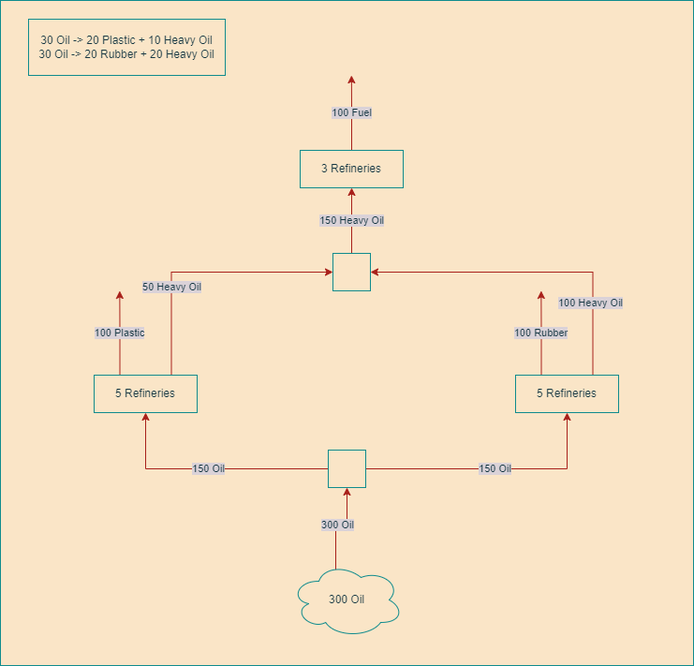
nlarsen31/Factories keeps this draw.io diagram as Refinery.drawio.png. Above is the earlier version. Source tidied: cells renumbered, new cells last; positions are measured from the earlier drawing's top-left corner, leaving out a move shared by most shapes.
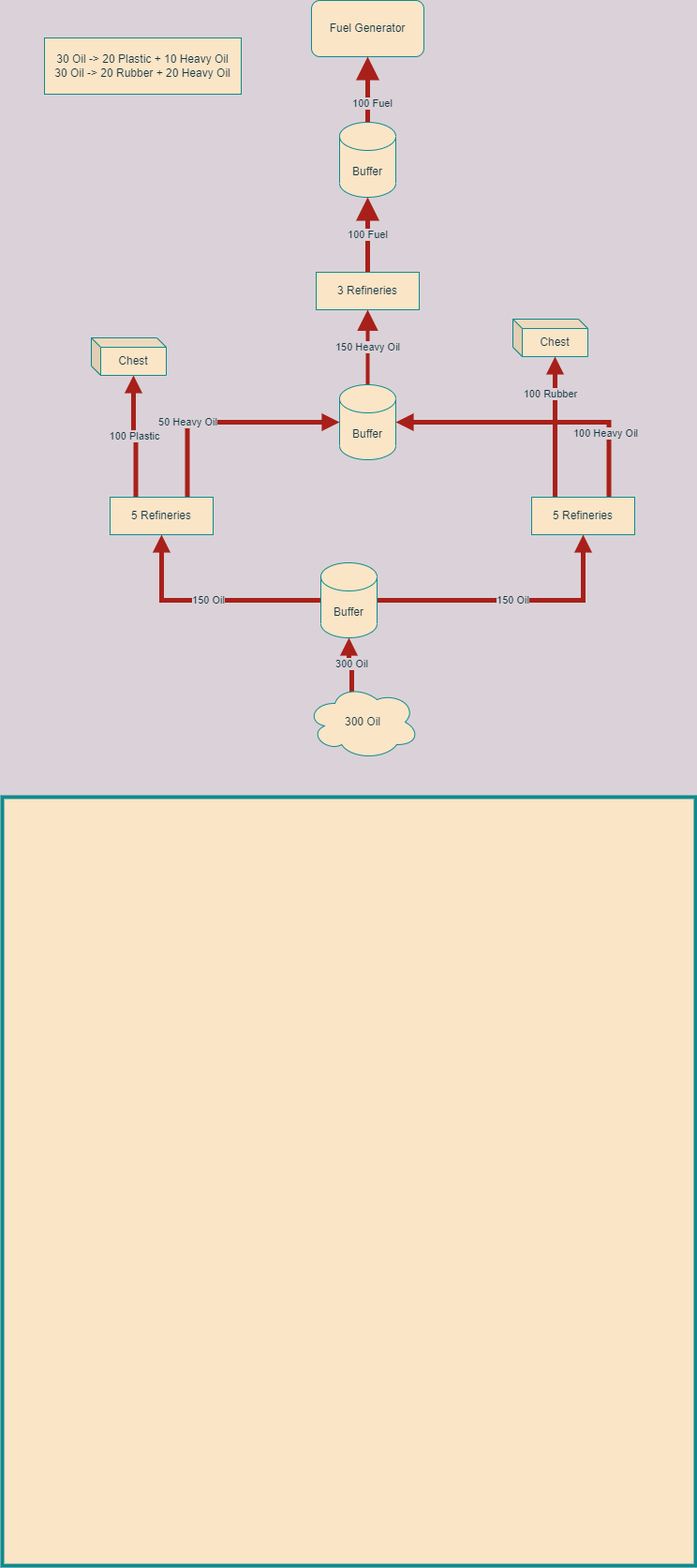
After the change.

The edit, as a diff of the source:
```diff
@@ -2,62 +2,75 @@
   <root>
     <mxCell id="0" />
     <mxCell id="1" parent="0" />
-    <mxCell id="2" style="rounded=0;whiteSpace=wrap;html=1;fontColor=#143642;strokeColor=#0F8B8D;fillColor=#FAE5C7;" parent="1" vertex="1">
-      <mxGeometry width="740" height="710" as="geometry" />
+    <mxCell id="2" style="rounded=0;whiteSpace=wrap;html=1;fontColor=#143642;strokeColor=#0F8B8D;fillColor=#FAE5C7;strokeWidth=4;" parent="1" vertex="1">
+      <mxGeometry x="-15" y="720" width="740" height="820" as="geometry" />
     </mxCell>
-    <mxCell id="3" value="300 Oil" style="edgeStyle=orthogonalEdgeStyle;rounded=0;jettySize=auto;html=1;exitX=0.4;exitY=0.1;exitDx=0;exitDy=0;exitPerimeter=0;entryX=0.5;entryY=1;entryDx=0;entryDy=0;fontColor=#143642;strokeColor=#A8201A;fillColor=#FAE5C7;labelBackgroundColor=#DAD2D8;" parent="1" edge="1" source="4" target="8">
+    <mxCell id="3" value="300 Oil" style="edgeStyle=orthogonalEdgeStyle;rounded=0;jettySize=auto;html=1;exitX=0.4;exitY=0.1;exitDx=0;exitDy=0;exitPerimeter=0;entryX=0.5;entryY=1;entryDx=0;entryDy=0;fontColor=#143642;strokeColor=#A8201A;fillColor=#FAE5C7;labelBackgroundColor=#DAD2D8;entryPerimeter=0;strokeWidth=5;endArrow=block;endFill=1;" parent="1" edge="1" source="4" target="20">
       <mxGeometry relative="1" as="geometry" />
     </mxCell>
     <mxCell id="4" value="300 Oil" style="ellipse;shape=cloud;whiteSpace=wrap;html=1;fontColor=#143642;strokeColor=#0F8B8D;fillColor=#FAE5C7;" parent="1" vertex="1">
       <mxGeometry x="310" y="600" width="120" height="80" as="geometry" />
     </mxCell>
     <mxCell id="5" value="30 Oil -&amp;gt; 20 Plastic + 10 Heavy Oil&lt;br&gt;30 Oil -&amp;gt; 20 Rubber + 20 Heavy Oil" style="rounded=0;whiteSpace=wrap;html=1;fontColor=#143642;strokeColor=#0F8B8D;fillColor=#FAE5C7;" parent="1" vertex="1">
-      <mxGeometry x="30" y="20" width="210" height="60" as="geometry" />
+      <mxGeometry x="30" y="-90" width="210" height="60" as="geometry" />
     </mxCell>
-    <mxCell id="6" value="150 Oil" style="edgeStyle=orthogonalEdgeStyle;rounded=0;jettySize=auto;html=1;exitX=0;exitY=0.5;exitDx=0;exitDy=0;fontColor=#143642;strokeColor=#A8201A;fillColor=#FAE5C7;labelBackgroundColor=#DAD2D8;" parent="1" edge="1" source="8" target="11">
+    <mxCell id="6" value="150 Oil" style="edgeStyle=orthogonalEdgeStyle;rounded=0;jettySize=auto;html=1;exitX=0;exitY=0.5;exitDx=0;exitDy=0;fontColor=#143642;strokeColor=#A8201A;fillColor=#FAE5C7;labelBackgroundColor=#DAD2D8;exitPerimeter=0;strokeWidth=5;endArrow=block;endFill=1;" parent="1" edge="1" source="20" target="11">
       <mxGeometry relative="1" as="geometry" />
     </mxCell>
-    <mxCell id="7" value="150 Oil" style="edgeStyle=orthogonalEdgeStyle;rounded=0;jettySize=auto;html=1;exitX=1;exitY=0.5;exitDx=0;exitDy=0;entryX=0.5;entryY=1;entryDx=0;entryDy=0;fontColor=#143642;strokeColor=#A8201A;fillColor=#FAE5C7;labelBackgroundColor=#DAD2D8;" parent="1" edge="1" source="8" target="14">
+    <mxCell id="7" value="150 Oil" style="edgeStyle=orthogonalEdgeStyle;rounded=0;jettySize=auto;html=1;exitX=1;exitY=0.5;exitDx=0;exitDy=0;entryX=0.5;entryY=1;entryDx=0;entryDy=0;fontColor=#143642;strokeColor=#A8201A;fillColor=#FAE5C7;labelBackgroundColor=#DAD2D8;exitPerimeter=0;strokeWidth=5;endArrow=block;endFill=1;" parent="1" edge="1" source="20" target="14">
       <mxGeometry relative="1" as="geometry" />
     </mxCell>
-    <mxCell id="8" style="whiteSpace=wrap;html=1;fontColor=#143642;strokeColor=#0F8B8D;fillColor=#FAE5C7;" parent="1" vertex="1">
-      <mxGeometry x="350" y="480" width="40" height="40" as="geometry" />
-    </mxCell>
-    <mxCell id="9" value="100 Plastic" style="edgeStyle=orthogonalEdgeStyle;rounded=0;jettySize=auto;html=1;exitX=0.25;exitY=0;exitDx=0;exitDy=0;fontColor=#143642;strokeColor=#A8201A;fillColor=#FAE5C7;labelBackgroundColor=#DAD2D8;" parent="1" edge="1" source="11">
-      <mxGeometry relative="1" as="geometry">
-        <mxPoint x="127.3" y="310" as="targetPoint" />
-      </mxGeometry>
+    <mxCell id="9" value="100 Plastic" style="edgeStyle=orthogonalEdgeStyle;rounded=0;jettySize=auto;html=1;exitX=0.25;exitY=0;exitDx=0;exitDy=0;fontColor=#143642;strokeColor=#A8201A;fillColor=#FAE5C7;labelBackgroundColor=#DAD2D8;entryX=0;entryY=0;entryDx=45;entryDy=40;entryPerimeter=0;strokeWidth=5;endArrow=block;endFill=1;" parent="1" edge="1" source="11" target="25">
+      <mxGeometry relative="1" as="geometry" />
     </mxCell>
-    <mxCell id="10" value="50 Heavy Oil" style="edgeStyle=orthogonalEdgeStyle;rounded=0;jettySize=auto;html=1;exitX=0.75;exitY=0;exitDx=0;exitDy=0;fontColor=#143642;strokeColor=#A8201A;fillColor=#FAE5C7;entryX=0;entryY=0.5;entryDx=0;entryDy=0;labelBackgroundColor=#DAD2D8;" parent="1" edge="1" source="11" target="16">
+    <mxCell id="10" value="50 Heavy Oil" style="edgeStyle=orthogonalEdgeStyle;rounded=0;jettySize=auto;html=1;exitX=0.75;exitY=0;exitDx=0;exitDy=0;fontColor=#143642;strokeColor=#A8201A;fillColor=#FAE5C7;entryX=0;entryY=0.5;entryDx=0;entryDy=0;labelBackgroundColor=#DAD2D8;entryPerimeter=0;strokeWidth=5;endArrow=block;endFill=1;" parent="1" edge="1" source="11" target="21">
       <mxGeometry x="-0.33" relative="1" as="geometry" />
     </mxCell>
     <mxCell id="11" value="5 Refineries" style="rounded=0;whiteSpace=wrap;html=1;fontColor=#143642;strokeColor=#0F8B8D;fillColor=#FAE5C7;" parent="1" vertex="1">
       <mxGeometry x="100" y="400" width="110" height="40" as="geometry" />
     </mxCell>
-    <mxCell id="12" value="100 Rubber" style="edgeStyle=orthogonalEdgeStyle;rounded=0;jettySize=auto;html=1;exitX=0.25;exitY=0;exitDx=0;exitDy=0;fontColor=#143642;strokeColor=#A8201A;fillColor=#FAE5C7;labelBackgroundColor=#DAD2D8;" parent="1" edge="1" source="14">
-      <mxGeometry relative="1" as="geometry">
-        <mxPoint x="577.3" y="310" as="targetPoint" />
+    <mxCell id="12" value="100 Rubber" style="edgeStyle=orthogonalEdgeStyle;rounded=0;jettySize=auto;html=1;exitX=0.25;exitY=0;exitDx=0;exitDy=0;fontColor=#143642;strokeColor=#A8201A;fillColor=#FAE5C7;labelBackgroundColor=#DAD2D8;entryX=0;entryY=0;entryDx=45;entryDy=40;entryPerimeter=0;strokeWidth=5;endArrow=block;endFill=1;" parent="1" edge="1" source="14" target="26">
+      <mxGeometry x="0.48" y="5" relative="1" as="geometry">
+        <Array as="points">
+          <mxPoint x="575" y="400" />
+        </Array>
       </mxGeometry>
     </mxCell>
-    <mxCell id="13" value="100 Heavy Oil" style="edgeStyle=orthogonalEdgeStyle;rounded=0;jettySize=auto;html=1;exitX=0.75;exitY=0;exitDx=0;exitDy=0;fontColor=#143642;strokeColor=#A8201A;fillColor=#FAE5C7;entryX=1;entryY=0.5;entryDx=0;entryDy=0;labelBackgroundColor=#DAD2D8;" parent="1" edge="1" source="14" target="16">
+    <mxCell id="13" value="100 Heavy Oil" style="edgeStyle=orthogonalEdgeStyle;rounded=0;jettySize=auto;html=1;exitX=0.75;exitY=0;exitDx=0;exitDy=0;fontColor=#143642;strokeColor=#A8201A;fillColor=#FAE5C7;entryX=1;entryY=0.5;entryDx=0;entryDy=0;labelBackgroundColor=#DAD2D8;entryPerimeter=0;strokeWidth=5;endArrow=block;endFill=1;" parent="1" edge="1" source="14" target="21">
       <mxGeometry x="-0.56" y="3" relative="1" as="geometry" />
     </mxCell>
     <mxCell id="14" value="5 Refineries" style="rounded=0;whiteSpace=wrap;html=1;fontColor=#143642;strokeColor=#0F8B8D;fillColor=#FAE5C7;" parent="1" vertex="1">
       <mxGeometry x="550" y="400" width="110" height="40" as="geometry" />
     </mxCell>
-    <mxCell id="15" value="150 Heavy Oil" style="edgeStyle=orthogonalEdgeStyle;rounded=0;jettySize=auto;html=1;exitX=0.5;exitY=0;exitDx=0;exitDy=0;fontColor=#143642;strokeColor=#A8201A;fillColor=#FAE5C7;entryX=0.5;entryY=1;entryDx=0;entryDy=0;labelBackgroundColor=#DAD2D8;" parent="1" edge="1" source="16" target="18">
+    <mxCell id="15" value="150 Heavy Oil" style="edgeStyle=orthogonalEdgeStyle;rounded=0;jettySize=auto;html=1;fontColor=#143642;strokeColor=#A8201A;fillColor=#FAE5C7;entryX=0.5;entryY=1;entryDx=0;entryDy=0;labelBackgroundColor=#DAD2D8;endSize=12;endArrow=block;endFill=1;jumpSize=6;strokeWidth=4;" parent="1" edge="1" source="21" target="18">
       <mxGeometry relative="1" as="geometry" />
     </mxCell>
-    <mxCell id="16" style="whiteSpace=wrap;html=1;fontColor=#143642;strokeColor=#0F8B8D;fillColor=#FAE5C7;" parent="1" vertex="1">
-      <mxGeometry x="355" y="270" width="40" height="40" as="geometry" />
-    </mxCell>
-    <mxCell id="17" value="100 Fuel" style="edgeStyle=orthogonalEdgeStyle;rounded=0;jettySize=auto;html=1;exitX=0.5;exitY=0;exitDx=0;exitDy=0;fontColor=#143642;strokeColor=#A8201A;fillColor=#FAE5C7;labelBackgroundColor=#DAD2D8;" parent="1" edge="1" source="18">
-      <mxGeometry relative="1" as="geometry">
-        <mxPoint x="374.8" y="80" as="targetPoint" />
-      </mxGeometry>
-    </mxCell>
+    <mxCell id="19" value="100 Fuel" style="edgeStyle=orthogonalEdgeStyle;rounded=0;jumpSize=6;jettySize=auto;html=1;exitX=0.5;exitY=0;exitDx=0;exitDy=0;labelBackgroundColor=#DAD2D8;fontColor=#143642;endArrow=block;endFill=1;endSize=12;strokeColor=#A8201A;strokeWidth=5;fillColor=#FAE5C7;" parent="1" edge="1" source="18" target="24">
+      <mxGeometry relative="1" as="geometry" />
+    </mxCell>
     <mxCell id="18" value="3 Refineries" style="rounded=0;whiteSpace=wrap;html=1;fontColor=#143642;strokeColor=#0F8B8D;fillColor=#FAE5C7;" parent="1" vertex="1">
       <mxGeometry x="320" y="160" width="110" height="40" as="geometry" />
     </mxCell>
+    <mxCell id="20" value="Buffer" style="shape=cylinder3;whiteSpace=wrap;html=1;boundedLbl=1;backgroundOutline=1;size=15;fontColor=#143642;strokeColor=#0F8B8D;fillColor=#FAE5C7;" parent="1" vertex="1">
+      <mxGeometry x="325" y="470" width="60" height="80" as="geometry" />
+    </mxCell>
+    <mxCell id="21" value="Buffer" style="shape=cylinder3;whiteSpace=wrap;html=1;boundedLbl=1;backgroundOutline=1;size=15;fontColor=#143642;strokeColor=#0F8B8D;fillColor=#FAE5C7;" parent="1" vertex="1">
+      <mxGeometry x="345" y="280" width="60" height="80" as="geometry" />
+    </mxCell>
+    <mxCell id="22" value="Fuel Generator" style="rounded=1;whiteSpace=wrap;html=1;fontColor=#143642;strokeColor=#0F8B8D;fillColor=#FAE5C7;" parent="1" vertex="1">
+      <mxGeometry x="315" y="-130" width="120" height="60" as="geometry" />
+    </mxCell>
+    <mxCell id="23" value="100 Fuel" style="edgeStyle=orthogonalEdgeStyle;rounded=0;jumpSize=6;jettySize=auto;html=1;exitX=0.5;exitY=0;exitDx=0;exitDy=0;exitPerimeter=0;labelBackgroundColor=#DAD2D8;fontColor=#143642;endArrow=block;endFill=1;endSize=12;strokeColor=#A8201A;strokeWidth=5;fillColor=#FAE5C7;" parent="1" edge="1" source="24" target="22">
+      <mxGeometry x="-0.43" y="-5" relative="1" as="geometry" />
+    </mxCell>
+    <mxCell id="24" value="Buffer" style="shape=cylinder3;whiteSpace=wrap;html=1;boundedLbl=1;backgroundOutline=1;size=15;fontColor=#143642;strokeColor=#0F8B8D;fillColor=#FAE5C7;" parent="1" vertex="1">
+      <mxGeometry x="345" width="60" height="80" as="geometry" />
+    </mxCell>
+    <mxCell id="25" value="Chest" style="shape=cube;whiteSpace=wrap;html=1;boundedLbl=1;backgroundOutline=1;darkOpacity=0.05;darkOpacity2=0.1;fontColor=#143642;strokeColor=#0F8B8D;fillColor=#FAE5C7;size=10;" parent="1" vertex="1">
+      <mxGeometry x="80" y="230" width="80" height="40" as="geometry" />
+    </mxCell>
+    <mxCell id="26" value="Chest" style="shape=cube;whiteSpace=wrap;html=1;boundedLbl=1;backgroundOutline=1;darkOpacity=0.05;darkOpacity2=0.1;fontColor=#143642;strokeColor=#0F8B8D;fillColor=#FAE5C7;size=10;" parent="1" vertex="1">
+      <mxGeometry x="530" y="210" width="80" height="40" as="geometry" />
+    </mxCell>
   </root>
 </mxGraphModel>
```
